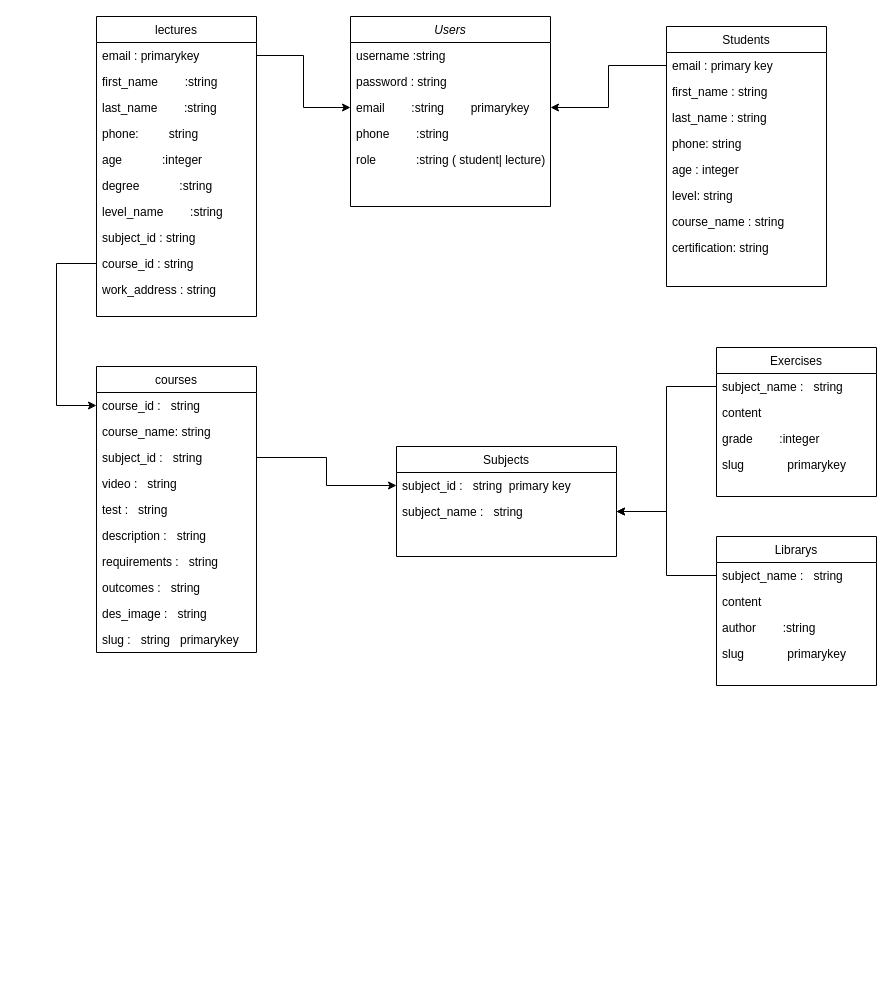
This is Untitled Diagram.drawio from luongminh2111/Web-e-learning, a draw.io file, before an edit. Source tidied: cells renumbered, new cells numbered last; positions are measured from the earlier drawing's top-left corner, leaving out a move shared by most shapes. Both pictures are drawn from the tidied source at 100%, with x=0, y=0 at pixel (56, 16).
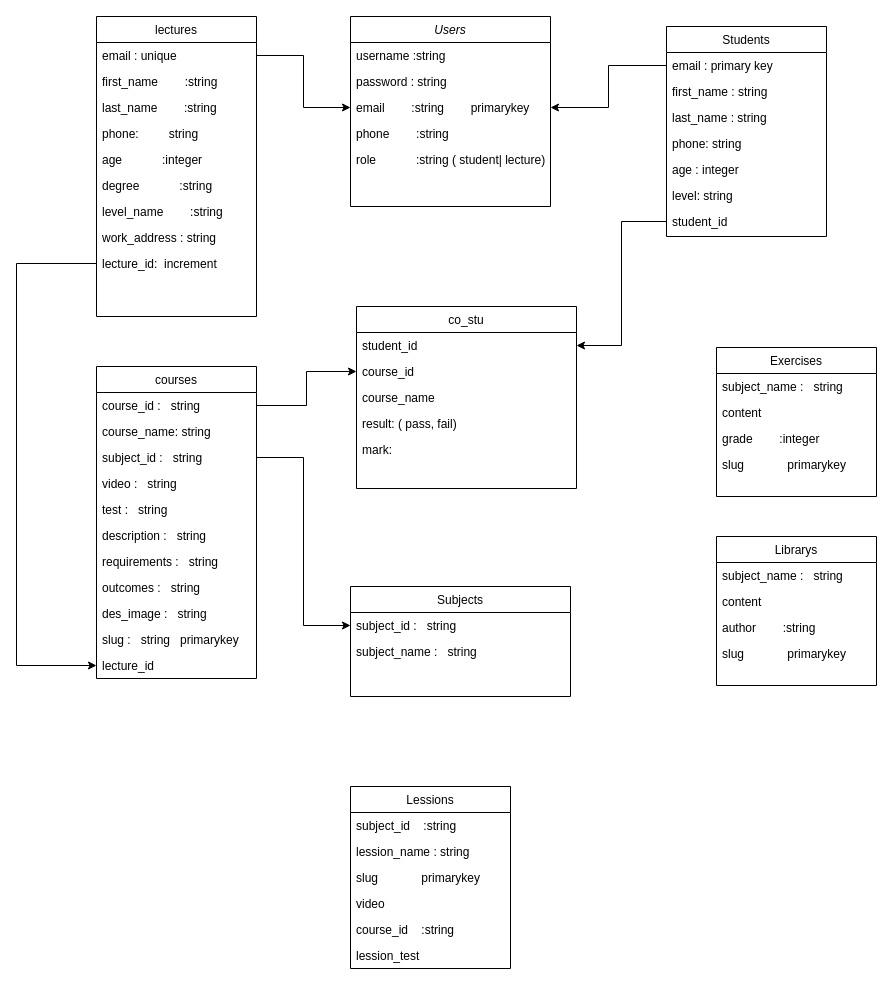
The same page after the edit.

The change refers to these unchanged cells:
```xml
<mxCell id="18" value="course_id :   string" style="text;align=left;verticalAlign=top;spacingLeft=4;spacingRight=4;overflow=hidden;points=[[0,0.5],[1,0.5]];portConstraint=eastwest;" parent="17" vertex="1">
  <mxGeometry y="26" width="160" height="26" as="geometry" />
</mxCell>
<mxCell id="20" value="subject_id :   string" style="text;align=left;verticalAlign=top;spacingLeft=4;spacingRight=4;overflow=hidden;points=[[0,0.5],[1,0.5]];portConstraint=eastwest;" parent="17" vertex="1">
  <mxGeometry y="78" width="160" height="26" as="geometry" />
</mxCell>
<mxCell id="28" value="lectures" style="swimlane;fontStyle=0;align=center;verticalAlign=top;horizontal=1;startSize=26;rounded=0;shadow=0;strokeWidth=1;" parent="1" vertex="1">
  <mxGeometry x="40" width="160" height="300" as="geometry" />
</mxCell>
<mxCell id="42" value="subject_name :   string" style="text;align=left;verticalAlign=top;spacingLeft=4;spacingRight=4;overflow=hidden;points=[[0,0.5],[1,0.5]];portConstraint=eastwest;" parent="41" vertex="1">
  <mxGeometry y="26" width="160" height="26" as="geometry" />
</mxCell>
<mxCell id="51" value="subject_name :   string" style="text;align=left;verticalAlign=top;spacingLeft=4;spacingRight=4;overflow=hidden;points=[[0,0.5],[1,0.5]];portConstraint=eastwest;" parent="50" vertex="1">
  <mxGeometry y="26" width="160" height="26" as="geometry" />
</mxCell>
```

What changed in the source:
```diff
@@
     <mxCell id="8" value="Students" style="swimlane;fontStyle=0;align=center;verticalAlign=top;horizontal=1;startSize=26;rounded=0;shadow=0;strokeWidth=1;" parent="1" vertex="1">
-      <mxGeometry x="610" y="10" width="160" height="260" as="geometry" />
+      <mxGeometry x="610" y="10" width="160" height="210" as="geometry" />
     </mxCell>
@@
-    <mxCell id="15" value="course_name : string" style="text;align=left;verticalAlign=top;spacingLeft=4;spacingRight=4;overflow=hidden;rounded=0;shadow=0;html=0;" parent="8" vertex="1">
-      <mxGeometry y="182" width="160" height="26" as="geometry" />
-    </mxCell>
-    <mxCell id="16" value="certification: string" style="text;align=left;verticalAlign=top;spacingLeft=4;spacingRight=4;overflow=hidden;rounded=0;shadow=0;html=0;" parent="8" vertex="1">
-      <mxGeometry y="208" width="160" height="26" as="geometry" />
-    </mxCell>
+    <mxCell id="58" value="student_id" style="text;align=left;verticalAlign=top;spacingLeft=4;spacingRight=4;overflow=hidden;points=[[0,0.5],[1,0.5]];portConstraint=eastwest;rounded=0;shadow=0;html=0;" parent="8" vertex="1">
+      <mxGeometry y="182" width="160" height="26" as="geometry" />
+    </mxCell>
     <mxCell id="17" value="courses" style="swimlane;fontStyle=0;align=center;verticalAlign=top;horizontal=1;startSize=26;rounded=0;shadow=0;strokeWidth=1;" parent="1" vertex="1">
-      <mxGeometry x="40" y="350" width="160" height="286" as="geometry" />
+      <mxGeometry x="40" y="350" width="160" height="312" as="geometry" />
     </mxCell>
@@
+    <mxCell id="59" value="lecture_id" style="text;align=left;verticalAlign=top;spacingLeft=4;spacingRight=4;overflow=hidden;points=[[0,0.5],[1,0.5]];portConstraint=eastwest;" parent="17" vertex="1">
+      <mxGeometry y="286" width="160" height="26" as="geometry" />
+    </mxCell>
@@
-    <mxCell id="29" value="email : primarykey" style="text;align=left;verticalAlign=top;spacingLeft=4;spacingRight=4;overflow=hidden;points=[[0,0.5],[1,0.5]];portConstraint=eastwest;" parent="28" vertex="1">
+    <mxCell id="29" value="email : unique" style="text;align=left;verticalAlign=top;spacingLeft=4;spacingRight=4;overflow=hidden;points=[[0,0.5],[1,0.5]];portConstraint=eastwest;" parent="28" vertex="1">
       <mxGeometry y="26" width="160" height="26" as="geometry" />
     </mxCell>
@@
-    <mxCell id="36" value="subject_id : string" style="text;align=left;verticalAlign=top;spacingLeft=4;spacingRight=4;overflow=hidden;rounded=0;shadow=0;html=0;" parent="28" vertex="1">
-      <mxGeometry y="208" width="160" height="26" as="geometry" />
-    </mxCell>
-    <mxCell id="37" value="course_id : string" style="text;align=left;verticalAlign=top;spacingLeft=4;spacingRight=4;overflow=hidden;points=[[0,0.5],[1,0.5]];portConstraint=eastwest;rounded=0;shadow=0;html=0;" parent="28" vertex="1">
-      <mxGeometry y="234" width="160" height="26" as="geometry" />
-    </mxCell>
     <mxCell id="38" value="work_address : string" style="text;align=left;verticalAlign=top;spacingLeft=4;spacingRight=4;overflow=hidden;rounded=0;shadow=0;html=0;" parent="28" vertex="1">
-      <mxGeometry y="260" width="160" height="26" as="geometry" />
+      <mxGeometry y="208" width="160" height="26" as="geometry" />
     </mxCell>
+    <mxCell id="60" value="lecture_id:  increment" style="text;align=left;verticalAlign=top;spacingLeft=4;spacingRight=4;overflow=hidden;points=[[0,0.5],[1,0.5]];portConstraint=eastwest;rounded=0;shadow=0;html=0;" parent="28" vertex="1">
+      <mxGeometry y="234" width="160" height="26" as="geometry" />
+    </mxCell>
@@
     <mxCell id="46" value="Subjects" style="swimlane;fontStyle=0;align=center;verticalAlign=top;horizontal=1;startSize=26;rounded=0;shadow=0;strokeWidth=1;" parent="1" vertex="1">
-      <mxGeometry x="340" y="430" width="220" height="110" as="geometry" />
+      <mxGeometry x="294" y="570" width="220" height="110" as="geometry" />
     </mxCell>
-    <mxCell id="47" value="subject_id :   string  primary key" style="text;align=left;verticalAlign=top;spacingLeft=4;spacingRight=4;overflow=hidden;points=[[0,0.5],[1,0.5]];portConstraint=eastwest;" parent="46" vertex="1">
-      <mxGeometry y="26" width="220" height="26" as="geometry" />
-    </mxCell>
-    <mxCell id="48" value="subject_name :   string" style="text;align=left;verticalAlign=top;spacingLeft=4;spacingRight=4;overflow=hidden;points=[[0,0.5],[1,0.5]];portConstraint=eastwest;" parent="46" vertex="1">
-      <mxGeometry y="52" width="220" height="26" as="geometry" />
+    <mxCell id="48" value="subject_id :   string" style="text;align=left;verticalAlign=top;spacingLeft=4;spacingRight=4;overflow=hidden;points=[[0,0.5],[1,0.5]];portConstraint=eastwest;" parent="46" vertex="1">
+      <mxGeometry y="26" width="220" height="26" as="geometry" />
     </mxCell>
-    <mxCell id="49" style="edgeStyle=orthogonalEdgeStyle;rounded=0;jettySize=auto;html=1;entryX=0;entryY=0.5;entryDx=0;entryDy=0;" parent="1" edge="1" source="37" target="18">
-      <mxGeometry relative="1" as="geometry">
-        <Array as="points">
-          <mxPoint y="247" />
-          <mxPoint y="389" />
-        </Array>
-      </mxGeometry>
-    </mxCell>
+    <mxCell id="61" value="subject_name :   string" style="text;align=left;verticalAlign=top;spacingLeft=4;spacingRight=4;overflow=hidden;" parent="46" vertex="1">
+      <mxGeometry y="52" width="220" height="26" as="geometry" />
+    </mxCell>
@@
-    <mxCell id="55" style="edgeStyle=orthogonalEdgeStyle;rounded=0;jettySize=auto;html=1;entryX=0;entryY=0.5;entryDx=0;entryDy=0;" parent="1" edge="1" source="20" target="47">
+    <mxCell id="55" style="edgeStyle=orthogonalEdgeStyle;rounded=0;jettySize=auto;html=1;entryX=0;entryY=0.5;entryDx=0;entryDy=0;" parent="1" edge="1" source="20" target="48">
       <mxGeometry relative="1" as="geometry" />
     </mxCell>
-    <mxCell id="56" style="edgeStyle=orthogonalEdgeStyle;rounded=0;jettySize=auto;html=1;entryX=1;entryY=0.5;entryDx=0;entryDy=0;" parent="1" edge="1" source="42" target="48">
-      <mxGeometry relative="1" as="geometry" />
-    </mxCell>
-    <mxCell id="57" style="edgeStyle=orthogonalEdgeStyle;rounded=0;jettySize=auto;html=1;exitX=0;exitY=0.5;exitDx=0;exitDy=0;entryX=1;entryY=0.5;entryDx=0;entryDy=0;" parent="1" edge="1" source="51" target="48">
-      <mxGeometry relative="1" as="geometry">
-        <Array as="points">
-          <mxPoint x="610" y="559" />
-          <mxPoint x="610" y="495" />
-        </Array>
-      </mxGeometry>
-    </mxCell>
+    <mxCell id="62" value="Lessions" style="swimlane;fontStyle=0;align=center;verticalAlign=top;horizontal=1;startSize=26;rounded=0;shadow=0;strokeWidth=1;" parent="1" vertex="1">
+      <mxGeometry x="294" y="770" width="160" height="182" as="geometry" />
+    </mxCell>
+    <mxCell id="63" value="subject_id    :string" style="text;align=left;verticalAlign=top;spacingLeft=4;spacingRight=4;overflow=hidden;" parent="62" vertex="1">
+      <mxGeometry y="26" width="160" height="26" as="geometry" />
+    </mxCell>
+    <mxCell id="64" value="lession_name : string" style="text;align=left;verticalAlign=top;spacingLeft=4;spacingRight=4;overflow=hidden;" parent="62" vertex="1">
+      <mxGeometry y="52" width="160" height="26" as="geometry" />
+    </mxCell>
+    <mxCell id="65" value="slug             primarykey" style="text;align=left;verticalAlign=top;spacingLeft=4;spacingRight=4;overflow=hidden;" parent="62" vertex="1">
+      <mxGeometry y="78" width="160" height="26" as="geometry" />
+    </mxCell>
+    <mxCell id="66" value="video" style="text;align=left;verticalAlign=top;spacingLeft=4;spacingRight=4;overflow=hidden;" parent="62" vertex="1">
+      <mxGeometry y="104" width="160" height="26" as="geometry" />
+    </mxCell>
+    <mxCell id="67" value="course_id    :string" style="text;align=left;verticalAlign=top;spacingLeft=4;spacingRight=4;overflow=hidden;" parent="62" vertex="1">
+      <mxGeometry y="130" width="160" height="26" as="geometry" />
+    </mxCell>
+    <mxCell id="68" value="lession_test" style="text;align=left;verticalAlign=top;spacingLeft=4;spacingRight=4;overflow=hidden;" parent="62" vertex="1">
+      <mxGeometry y="156" width="160" height="26" as="geometry" />
+    </mxCell>
+    <mxCell id="69" style="edgeStyle=orthogonalEdgeStyle;rounded=0;jettySize=auto;html=1;entryX=0;entryY=0.5;entryDx=0;entryDy=0;" parent="1" edge="1" source="60" target="59">
+      <mxGeometry relative="1" as="geometry">
+        <Array as="points">
+          <mxPoint x="-40" y="247" />
+          <mxPoint x="-40" y="649" />
+        </Array>
+      </mxGeometry>
+    </mxCell>
+    <mxCell id="70" value="co_stu" style="swimlane;fontStyle=0;align=center;verticalAlign=top;horizontal=1;startSize=26;rounded=0;shadow=0;strokeWidth=1;" parent="1" vertex="1">
+      <mxGeometry x="300" y="290" width="220" height="182" as="geometry" />
+    </mxCell>
+    <mxCell id="71" value="student_id" style="text;align=left;verticalAlign=top;spacingLeft=4;spacingRight=4;overflow=hidden;points=[[0,0.5],[1,0.5]];portConstraint=eastwest;" parent="70" vertex="1">
+      <mxGeometry y="26" width="220" height="26" as="geometry" />
+    </mxCell>
+    <mxCell id="72" value="course_id" style="text;align=left;verticalAlign=top;spacingLeft=4;spacingRight=4;overflow=hidden;points=[[0,0.5],[1,0.5]];portConstraint=eastwest;" parent="70" vertex="1">
+      <mxGeometry y="52" width="220" height="26" as="geometry" />
+    </mxCell>
+    <mxCell id="73" value="course_name" style="text;align=left;verticalAlign=top;spacingLeft=4;spacingRight=4;overflow=hidden;" parent="70" vertex="1">
+      <mxGeometry y="78" width="220" height="26" as="geometry" />
+    </mxCell>
+    <mxCell id="74" value="result: ( pass, fail)" style="text;align=left;verticalAlign=top;spacingLeft=4;spacingRight=4;overflow=hidden;" parent="70" vertex="1">
+      <mxGeometry y="104" width="220" height="26" as="geometry" />
+    </mxCell>
+    <mxCell id="75" value="mark: " style="text;align=left;verticalAlign=top;spacingLeft=4;spacingRight=4;overflow=hidden;" parent="70" vertex="1">
+      <mxGeometry y="130" width="220" height="26" as="geometry" />
+    </mxCell>
+    <mxCell id="76" style="edgeStyle=orthogonalEdgeStyle;rounded=0;jettySize=auto;html=1;entryX=1;entryY=0.5;entryDx=0;entryDy=0;" parent="1" edge="1" source="58" target="71">
+      <mxGeometry relative="1" as="geometry" />
+    </mxCell>
+    <mxCell id="77" style="edgeStyle=orthogonalEdgeStyle;rounded=0;jettySize=auto;html=1;entryX=0;entryY=0.5;entryDx=0;entryDy=0;" parent="1" edge="1" source="18" target="72">
+      <mxGeometry relative="1" as="geometry" />
+    </mxCell>
```
